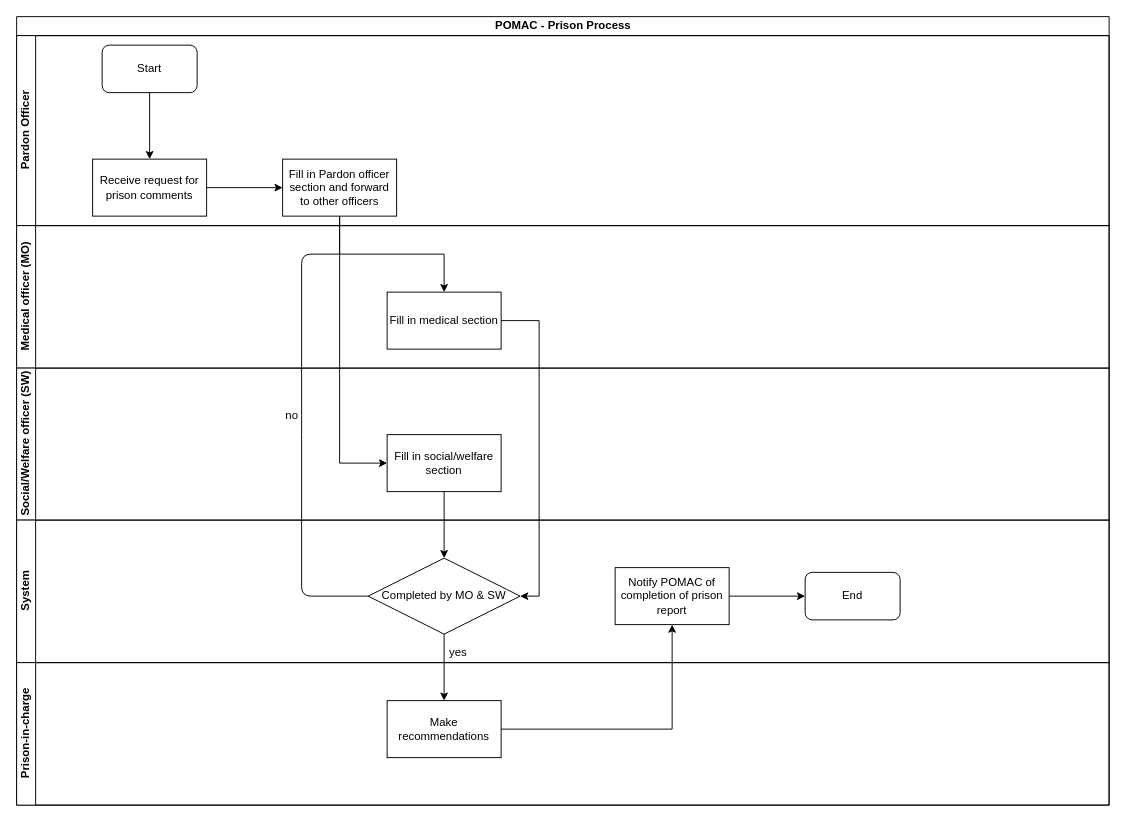
Before: POMAC - Prison Process.drawio in kmagua/flowcharts, a draw.io diagram. Source tidied: cells renumbered, new cells numbered last; positions are measured from the earlier drawing's top-left corner, leaving out a move shared by most shapes. Both pictures are drawn from the tidied source at 95%, with x=0, y=0 at pixel (16, 16).
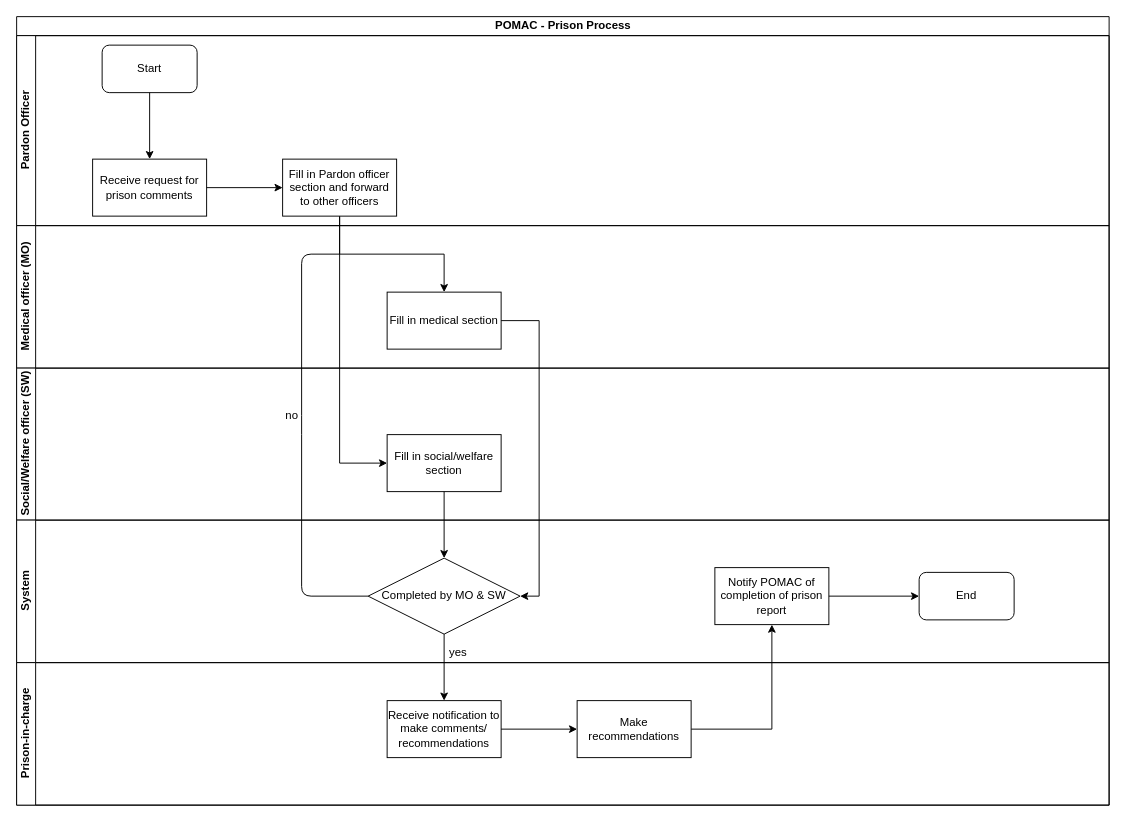
Above is the later version.

Unchanged cells that the change refers to:
```xml
<mxCell id="2" value="POMAC - Prison Process" style="swimlane;html=1;horizontal=1;startSize=20;" parent="1" vertex="1">
  <mxGeometry width="1150" height="830" as="geometry" />
</mxCell>
<mxCell id="12" value="System" style="swimlane;html=1;startSize=20;horizontal=0;" parent="2" vertex="1">
  <mxGeometry y="530" width="1150" height="150" as="geometry" />
</mxCell>
<mxCell id="17" value="Prison-in-charge" style="swimlane;html=1;startSize=20;horizontal=0;" parent="2" vertex="1">
  <mxGeometry y="680" width="1150" height="150" as="geometry" />
</mxCell>
```

Diff of the diagram source:
```diff
@@
     <mxCell id="13" value="Notify POMAC of completion of prison report" style="whiteSpace=wrap;html=1;rounded=0;" parent="12" vertex="1">
-      <mxGeometry x="630" y="50" width="120" height="60" as="geometry" />
+      <mxGeometry x="735" y="50" width="120" height="60" as="geometry" />
     </mxCell>
     <mxCell id="14" value="End" style="rounded=1;whiteSpace=wrap;html=1;" parent="12" vertex="1">
-      <mxGeometry x="830" y="55" width="100" height="50" as="geometry" />
+      <mxGeometry x="950" y="55" width="100" height="50" as="geometry" />
     </mxCell>
@@
-    <mxCell id="18" value="Make recommendations" style="whiteSpace=wrap;html=1;rounded=0;" parent="17" vertex="1">
+    <mxCell id="18" value="Receive notification to make comments/ recommendations" style="whiteSpace=wrap;html=1;rounded=0;" parent="17" vertex="1">
       <mxGeometry x="390" y="40" width="120" height="60" as="geometry" />
     </mxCell>
@@
-    <mxCell id="22" style="edgeStyle=orthogonalEdgeStyle;rounded=0;jettySize=auto;html=1;" parent="2" edge="1" source="18" target="13">
-      <mxGeometry relative="1" as="geometry" />
-    </mxCell>
@@
+    <mxCell id="29" style="edgeStyle=orthogonalEdgeStyle;rounded=0;jettySize=auto;html=1;entryX=0.5;entryY=1;entryDx=0;entryDy=0;" parent="1" edge="1" source="30" target="13">
+      <mxGeometry relative="1" as="geometry" />
+    </mxCell>
+    <mxCell id="30" value="Make recommendations" style="whiteSpace=wrap;html=1;rounded=0;" parent="1" vertex="1">
+      <mxGeometry x="590" y="720" width="120" height="60" as="geometry" />
+    </mxCell>
+    <mxCell id="31" style="edgeStyle=orthogonalEdgeStyle;rounded=0;jettySize=auto;html=1;" parent="1" edge="1" source="18" target="30">
+      <mxGeometry relative="1" as="geometry" />
+    </mxCell>
```
